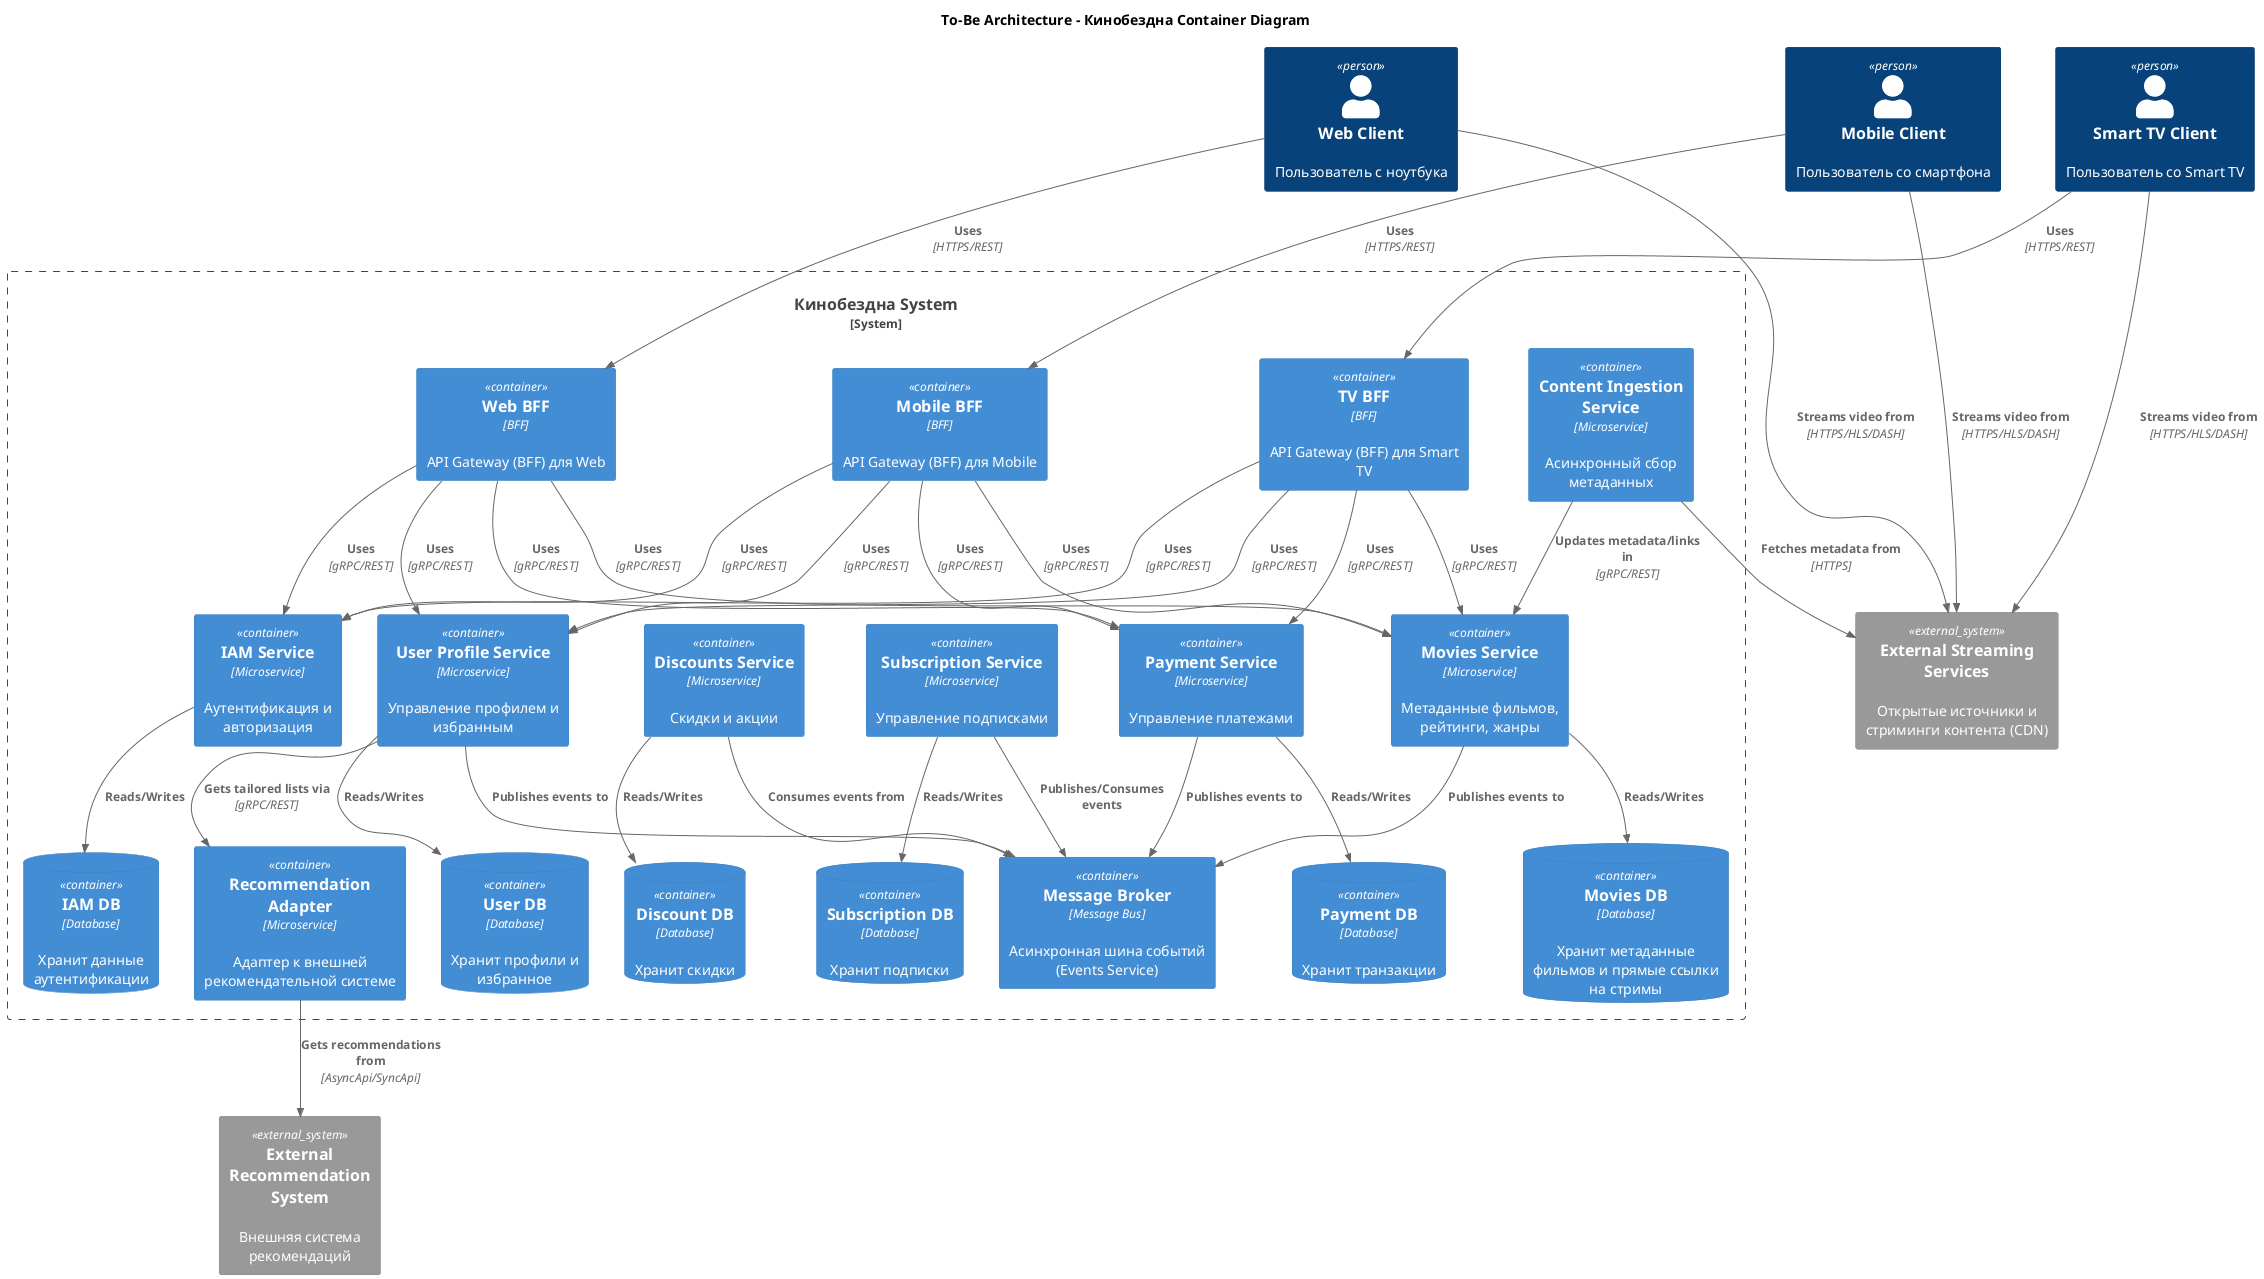
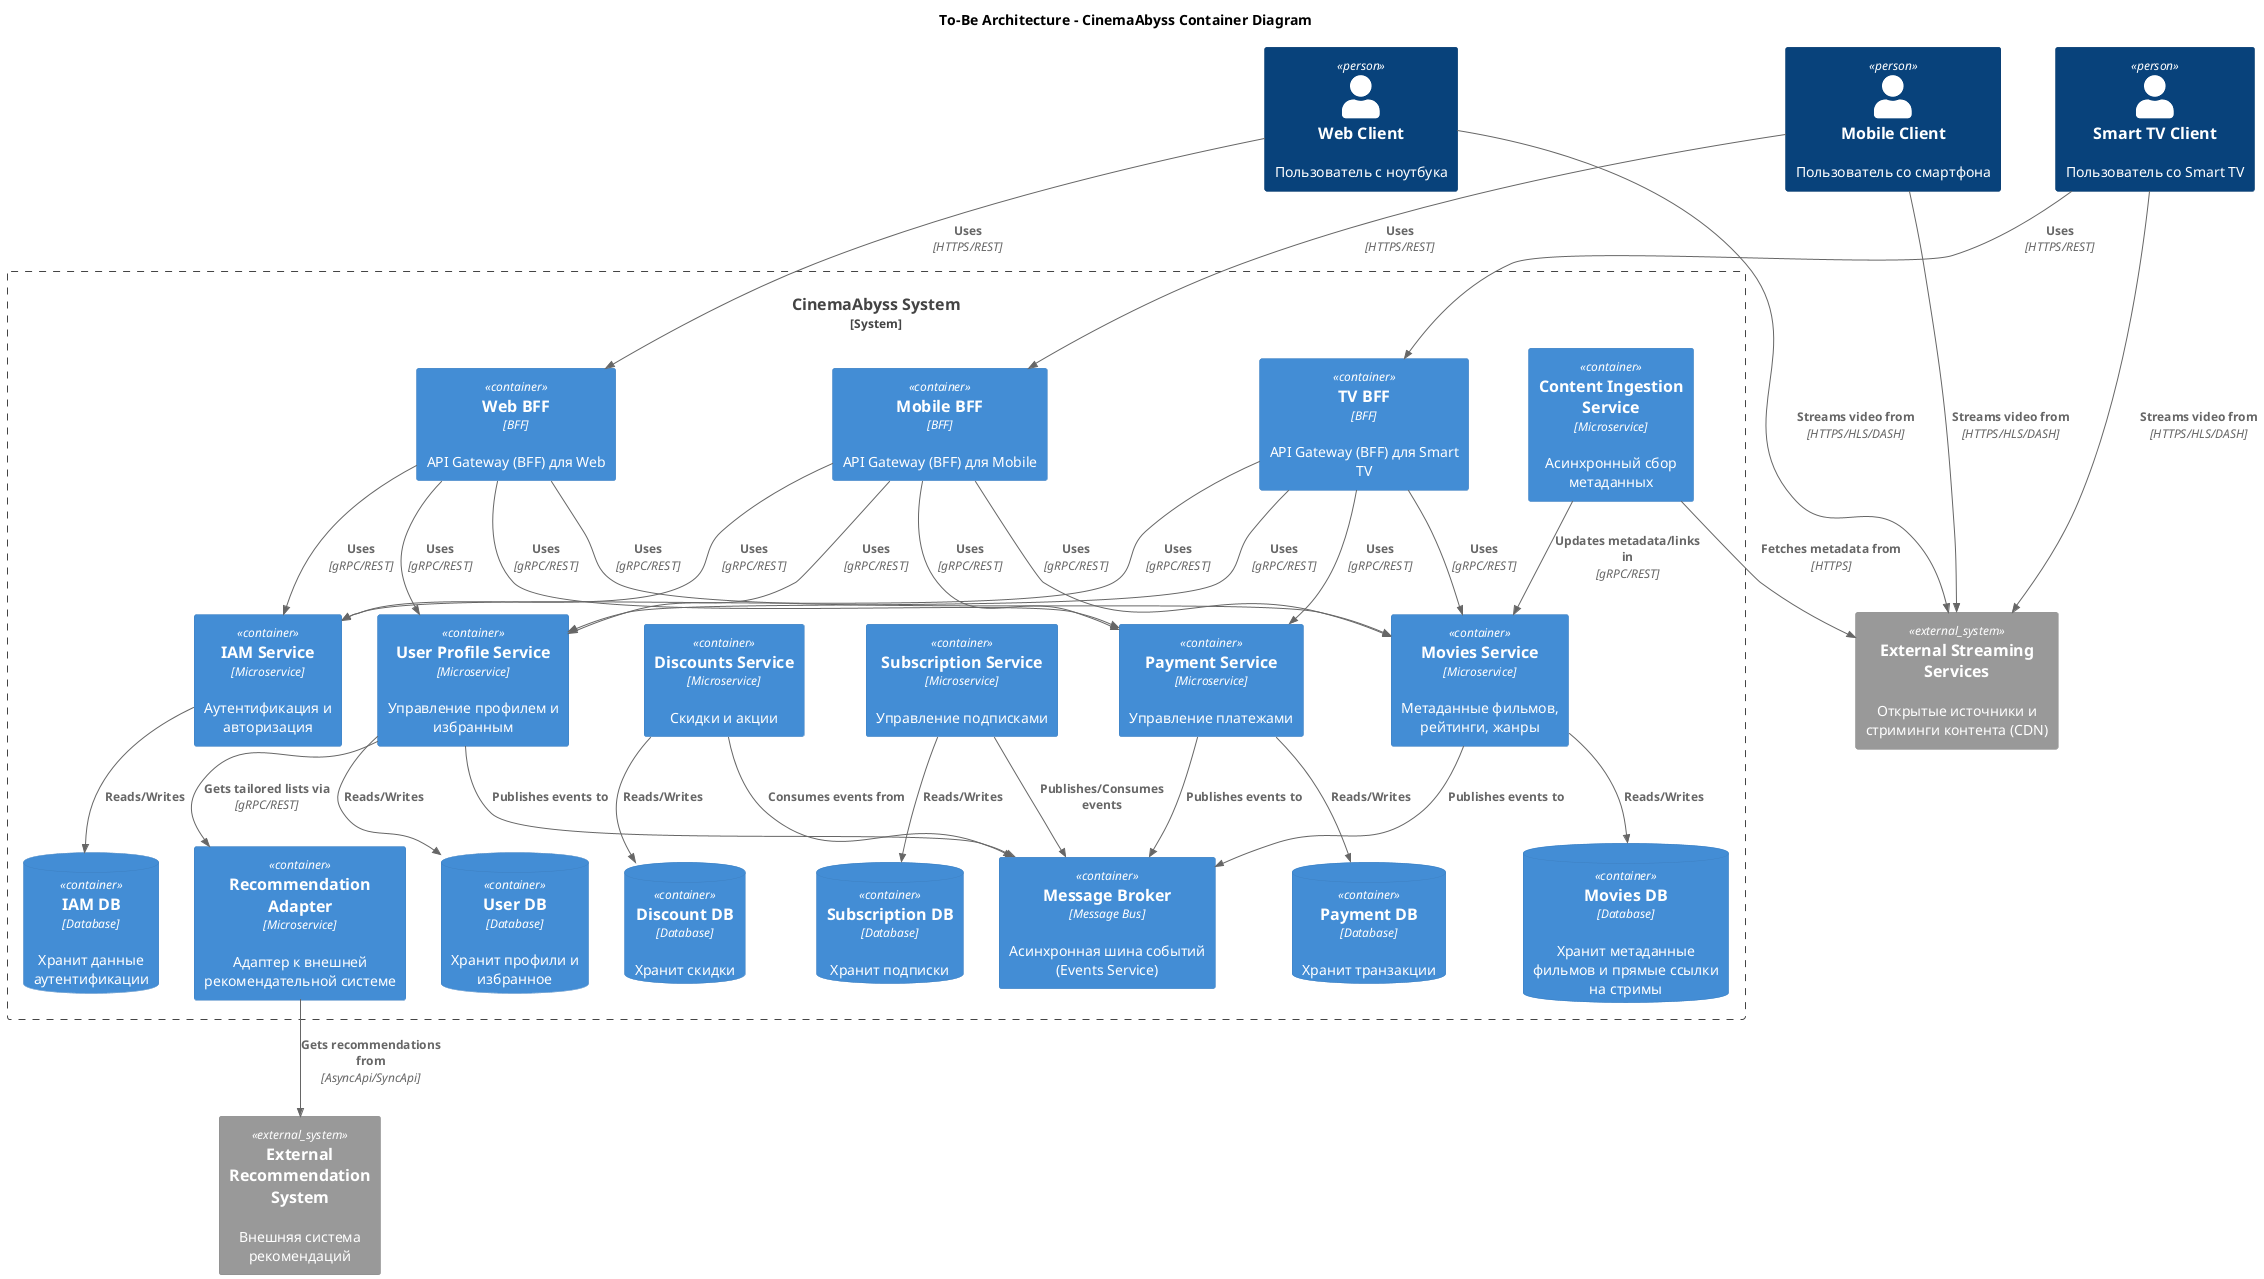
@startuml
!include <C4/C4_Container>

- title To-Be Architecture - Кинобездна Container Diagram
+ title To-Be Architecture - CinemaAbyss Container Diagram

Person(web_client, "Web Client", "Пользователь с ноутбука")
Person(mobile_client, "Mobile Client", "Пользователь со смартфона")
Person(tv_client, "Smart TV Client", "Пользователь со Smart TV")

- System_Boundary(c1, "Кинобездна System") {
+ System_Boundary(c1, "CinemaAbyss System") {

    Container(web_bff, "Web BFF", "BFF", "API Gateway (BFF) для Web")
    Container(mobile_bff, "Mobile BFF", "BFF", "API Gateway (BFF) для Mobile")
    Container(tv_bff, "TV BFF", "BFF", "API Gateway (BFF) для Smart TV")

    Container(iam_service, "IAM Service", "Microservice", "Аутентификация и авторизация")
    Container(user_profile_service, "User Profile Service", "Microservice", "Управление профилем и избранным")
    Container(payment_service, "Payment Service", "Microservice", "Управление платежами")
    Container(subscription_service, "Subscription Service", "Microservice", "Управление подписками")
    Container(discount_service, "Discounts Service", "Microservice", "Скидки и акции")
    Container(movies_service, "Movies Service", "Microservice", "Метаданные фильмов, рейтинги, жанры")
    Container(content_ingestion_service, "Content Ingestion Service", "Microservice", "Асинхронный сбор метаданных")
    Container(recommendation_adapter, "Recommendation Adapter", "Microservice", "Адаптер к внешней рекомендательной системе")

    ContainerDb(db_iam, "IAM DB", "Database", "Хранит данные аутентификации")
    ContainerDb(db_user, "User DB", "Database", "Хранит профили и избранное")
    ContainerDb(db_payment, "Payment DB", "Database", "Хранит транзакции")
    ContainerDb(db_subscription, "Subscription DB", "Database", "Хранит подписки")
    ContainerDb(db_discount, "Discount DB", "Database", "Хранит скидки")
    ContainerDb(db_movies, "Movies DB", "Database", "Хранит метаданные фильмов и прямые ссылки на стримы")

    Container(kafka, "Message Broker", "Message Bus", "Асинхронная шина событий (Events Service)")
}

System_Ext(ext_recommendation, "External Recommendation System", "Внешняя система рекомендаций")
System_Ext(ext_streaming, "External Streaming Services", "Открытые источники и стриминги контента (CDN)")

Rel(web_client, web_bff, "Uses", "HTTPS/REST")
Rel(mobile_client, mobile_bff, "Uses", "HTTPS/REST")
Rel(tv_client, tv_bff, "Uses", "HTTPS/REST")

Rel(web_client, ext_streaming, "Streams video from", "HTTPS/HLS/DASH")
Rel(mobile_client, ext_streaming, "Streams video from", "HTTPS/HLS/DASH")
Rel(tv_client, ext_streaming, "Streams video from", "HTTPS/HLS/DASH")

Rel(web_bff, iam_service, "Uses", "gRPC/REST")
Rel(mobile_bff, iam_service, "Uses", "gRPC/REST")
Rel(tv_bff, iam_service, "Uses", "gRPC/REST")

Rel(web_bff, user_profile_service, "Uses", "gRPC/REST")
Rel(mobile_bff, user_profile_service, "Uses", "gRPC/REST")
Rel(tv_bff, user_profile_service, "Uses", "gRPC/REST")

Rel(web_bff, movies_service, "Uses", "gRPC/REST")
Rel(mobile_bff, movies_service, "Uses", "gRPC/REST")
Rel(tv_bff, movies_service, "Uses", "gRPC/REST")

Rel(web_bff, payment_service, "Uses", "gRPC/REST")
Rel(mobile_bff, payment_service, "Uses", "gRPC/REST")
Rel(tv_bff, payment_service, "Uses", "gRPC/REST")

Rel(iam_service, db_iam, "Reads/Writes")
Rel(user_profile_service, db_user, "Reads/Writes")
Rel(payment_service, db_payment, "Reads/Writes")
Rel(subscription_service, db_subscription, "Reads/Writes")
Rel(discount_service, db_discount, "Reads/Writes")
Rel(movies_service, db_movies, "Reads/Writes")

Rel(content_ingestion_service, ext_streaming, "Fetches metadata from", "HTTPS")
Rel(content_ingestion_service, movies_service, "Updates metadata/links in", "gRPC/REST")

Rel(recommendation_adapter, ext_recommendation, "Gets recommendations from", "AsyncApi/SyncApi")
Rel(user_profile_service, recommendation_adapter, "Gets tailored lists via", "gRPC/REST")

Rel(payment_service, kafka, "Publishes events to")
Rel(subscription_service, kafka, "Publishes/Consumes events")
Rel(user_profile_service, kafka, "Publishes events to")
Rel(discount_service, kafka, "Consumes events from")
Rel(movies_service, kafka, "Publishes events to")

@enduml